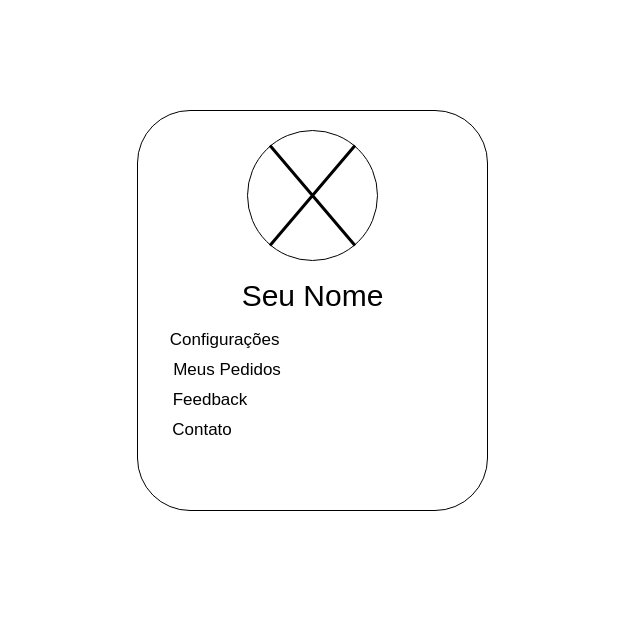
arthur-gomes-andrade/all keeps this draw.io diagram as Diagrama sem nome.drawio. Above is the earlier version. Source tidied: cells renumbered, new cells numbered last; positions are measured from the earlier drawing's top-left corner, leaving out a move shared by most shapes. Both pictures are drawn from the tidied source at 100%, with x=0, y=0 at pixel (137, 110).
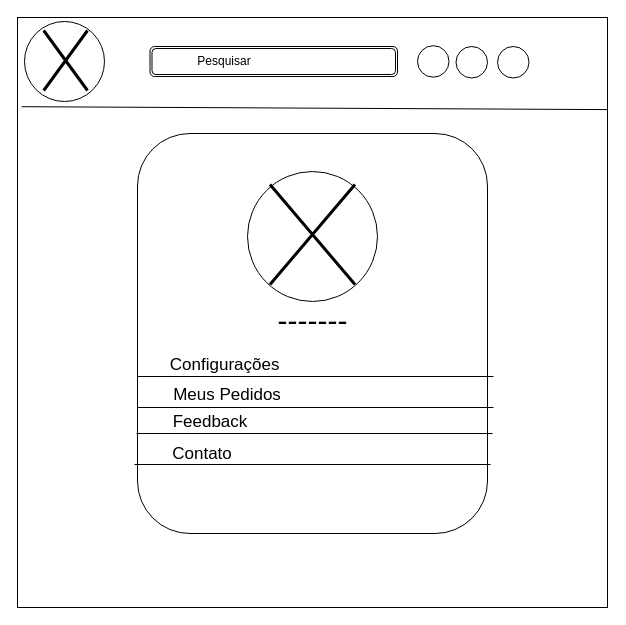
The same page after the edit.

Commit message:
protótipo de médioa

What changed in the source:
```diff
@@
+    <mxCell id="10" style="rounded=1;whiteSpace=wrap;html=1;" parent="1" vertex="1">
+      <mxGeometry x="330" y="-80" width="120" height="60" as="geometry" />
+    </mxCell>
+    <mxCell id="11" style="whiteSpace=wrap;html=1;" parent="1" vertex="1">
+      <mxGeometry x="-120" y="-93" width="590" height="590" as="geometry" />
+    </mxCell>
     <mxCell id="2" style="rounded=1;whiteSpace=wrap;html=1;" parent="1" vertex="1">
-      <mxGeometry width="350" height="400" as="geometry" />
+      <mxGeometry y="23" width="350" height="400" as="geometry" />
     </mxCell>
     <mxCell id="3" style="ellipse;whiteSpace=wrap;html=1;" parent="1" vertex="1">
-      <mxGeometry x="110" y="20" width="130" height="130" as="geometry" />
+      <mxGeometry x="110" y="61" width="130" height="130" as="geometry" />
     </mxCell>
     <mxCell id="4" style="shape=umlDestroy;whiteSpace=wrap;html=1;strokeWidth=3;targetShapes=umlLifeline;" parent="1" vertex="1">
-      <mxGeometry x="132.5" y="35" width="85" height="100" as="geometry" />
+      <mxGeometry x="132.5" y="74" width="85" height="100" as="geometry" />
     </mxCell>
     <mxCell id="5" value="Configurações&amp;nbsp;" style="text;html=1;align=center;verticalAlign=middle;whiteSpace=wrap;rounded=0;perimeterSpacing=16;fontSize=17;" parent="1" vertex="1">
-      <mxGeometry x="30" y="210" width="120" height="40" as="geometry" />
+      <mxGeometry x="30" y="235" width="120" height="40" as="geometry" />
     </mxCell>
-    <mxCell id="6" value="Seu Nome" style="text;html=1;align=center;verticalAlign=middle;whiteSpace=wrap;rounded=0;fontSize=30;" parent="1" vertex="1">
-      <mxGeometry x="87.5" y="170" width="175" height="30" as="geometry" />
+    <mxCell id="6" value="-------" style="text;html=1;align=center;verticalAlign=middle;whiteSpace=wrap;rounded=0;fontSize=30;" parent="1" vertex="1">
+      <mxGeometry x="87.5" y="195" width="175" height="30" as="geometry" />
     </mxCell>
     <mxCell id="7" value="Meus Pedidos" style="text;html=1;align=center;verticalAlign=middle;whiteSpace=wrap;rounded=0;perimeterSpacing=16;fontSize=17;" parent="1" vertex="1">
-      <mxGeometry x="30" y="240" width="120" height="40" as="geometry" />
+      <mxGeometry x="30" y="265" width="120" height="40" as="geometry" />
     </mxCell>
     <mxCell id="8" value="Feedback" style="text;html=1;align=center;verticalAlign=middle;whiteSpace=wrap;rounded=0;perimeterSpacing=16;fontSize=17;" parent="1" vertex="1">
-      <mxGeometry x="12.5" y="270" width="120" height="40" as="geometry" />
+      <mxGeometry x="12.5" y="292" width="120" height="40" as="geometry" />
     </mxCell>
     <mxCell id="9" value="Contato" style="text;html=1;align=center;verticalAlign=middle;whiteSpace=wrap;rounded=0;perimeterSpacing=16;fontSize=17;" parent="1" vertex="1">
-      <mxGeometry y="300" width="130" height="40" as="geometry" />
+      <mxGeometry y="324" width="130" height="40" as="geometry" />
     </mxCell>
+    <mxCell id="12" style="endArrow=none;html=1;rounded=0;endSize=0;" parent="1" edge="1">
+      <mxGeometry relative="1" as="geometry">
+        <mxPoint y="266" as="sourcePoint" />
+        <mxPoint x="356" y="266" as="targetPoint" />
+      </mxGeometry>
+    </mxCell>
+    <mxCell id="13" style="endArrow=none;html=1;rounded=0;endSize=0;" parent="1" edge="1">
+      <mxGeometry relative="1" as="geometry">
+        <mxPoint y="297" as="sourcePoint" />
+        <mxPoint x="356" y="297" as="targetPoint" />
+      </mxGeometry>
+    </mxCell>
+    <mxCell id="14" style="endArrow=none;html=1;rounded=0;endSize=0;" parent="1" edge="1">
+      <mxGeometry relative="1" as="geometry">
+        <mxPoint x="-1" y="323" as="sourcePoint" />
+        <mxPoint x="355" y="323" as="targetPoint" />
+      </mxGeometry>
+    </mxCell>
+    <mxCell id="15" style="endArrow=none;html=1;rounded=0;endSize=0;" parent="1" edge="1">
+      <mxGeometry relative="1" as="geometry">
+        <mxPoint x="-3" y="354" as="sourcePoint" />
+        <mxPoint x="353" y="354" as="targetPoint" />
+      </mxGeometry>
+    </mxCell>
+    <mxCell id="16" style="endArrow=none;html=1;rounded=0;endSize=0;entryX=1;entryY=0.09;entryDx=0;entryDy=0;entryPerimeter=0;exitX=0.007;exitY=0.085;exitDx=0;exitDy=0;exitPerimeter=0;" parent="1" edge="1">
+      <mxGeometry relative="1" as="geometry">
+        <mxPoint x="-115.9" y="-3.8" as="sourcePoint" />
+        <mxPoint x="470" y="-0.9" as="targetPoint" />
+      </mxGeometry>
+    </mxCell>
+    <mxCell id="17" style="ellipse;whiteSpace=wrap;html=1;" parent="1" vertex="1">
+      <mxGeometry x="-113" y="-89" width="80" height="80" as="geometry" />
+    </mxCell>
+    <mxCell id="18" style="shape=umlDestroy;whiteSpace=wrap;html=1;strokeWidth=3;targetShapes=umlLifeline;" parent="1" vertex="1">
+      <mxGeometry x="-93.8" y="-80" width="43.8" height="60" as="geometry" />
+    </mxCell>
+    <mxCell id="19" style="shape=ext;double=1;rounded=1;whiteSpace=wrap;html=1;" parent="1" vertex="1">
+      <mxGeometry x="12.5" y="-64" width="247.5" height="30" as="geometry" />
+    </mxCell>
+    <mxCell id="20" value="Pesquisar" style="text;html=1;align=center;verticalAlign=middle;whiteSpace=wrap;rounded=0;" parent="1" vertex="1">
+      <mxGeometry x="12.5" y="-64" width="147.5" height="30" as="geometry" />
+    </mxCell>
+    <mxCell id="21" style="ellipse;whiteSpace=wrap;html=1;" parent="1" vertex="1">
+      <mxGeometry x="280" y="-64.8" width="31.5" height="31.5" as="geometry" />
+    </mxCell>
+    <mxCell id="22" style="ellipse;whiteSpace=wrap;html=1;" parent="1" vertex="1">
+      <mxGeometry x="318.5" y="-64" width="31.5" height="31.5" as="geometry" />
+    </mxCell>
+    <mxCell id="23" style="ellipse;whiteSpace=wrap;html=1;" parent="1" vertex="1">
+      <mxGeometry x="360" y="-64" width="31.5" height="31.5" as="geometry" />
+    </mxCell>
```
